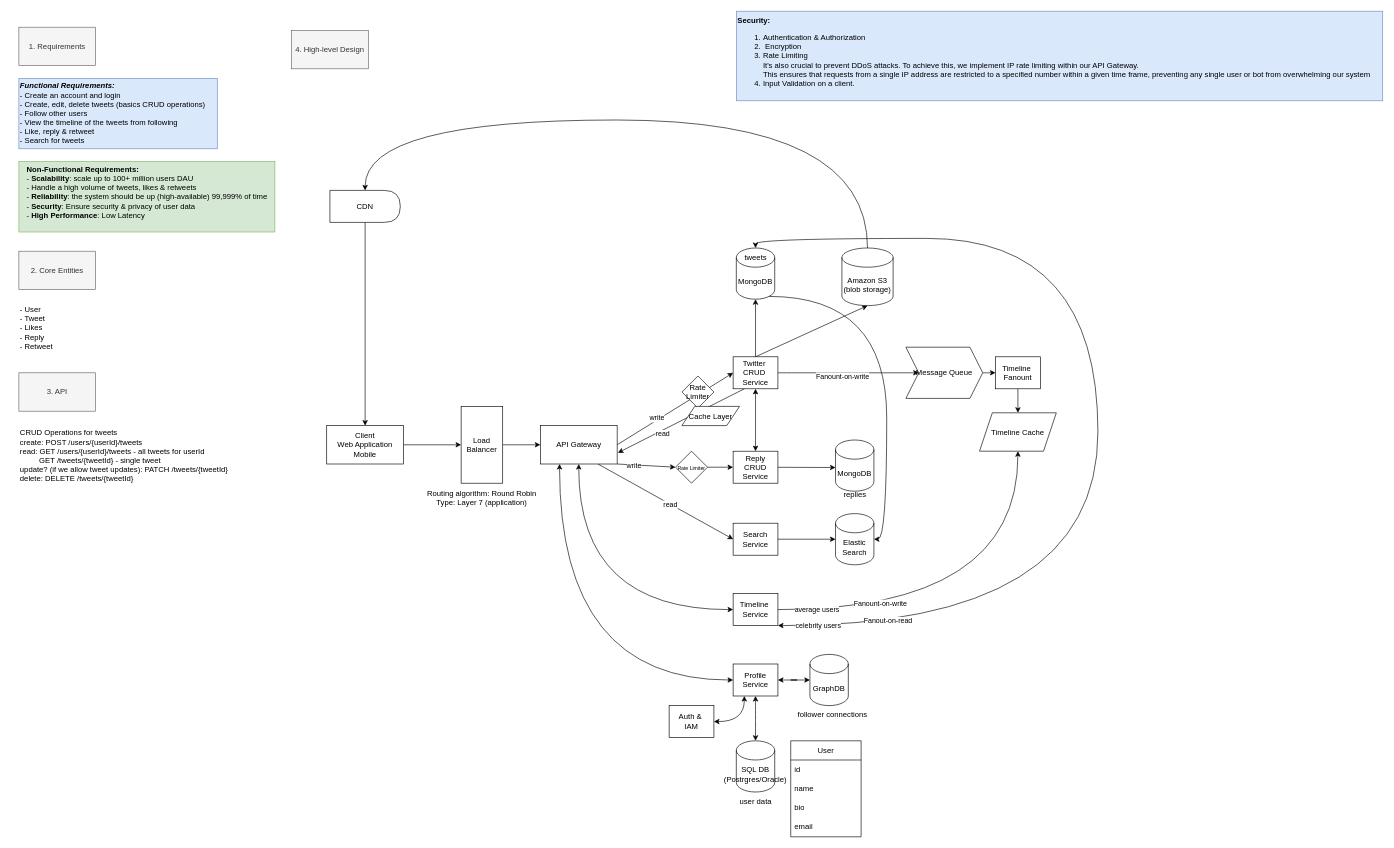
lacrimae/system_design_practice keeps this draw.io diagram as page "twitter" (5 of 8) of system_design.drawio. Above is the earlier version. Source tidied: cells renumbered, new cells numbered last; positions are measured from the earlier drawing's top-left corner, leaving out a move shared by most shapes. Both pictures are drawn from the tidied source at 64%, with x=0, y=0 at pixel (19, 11).
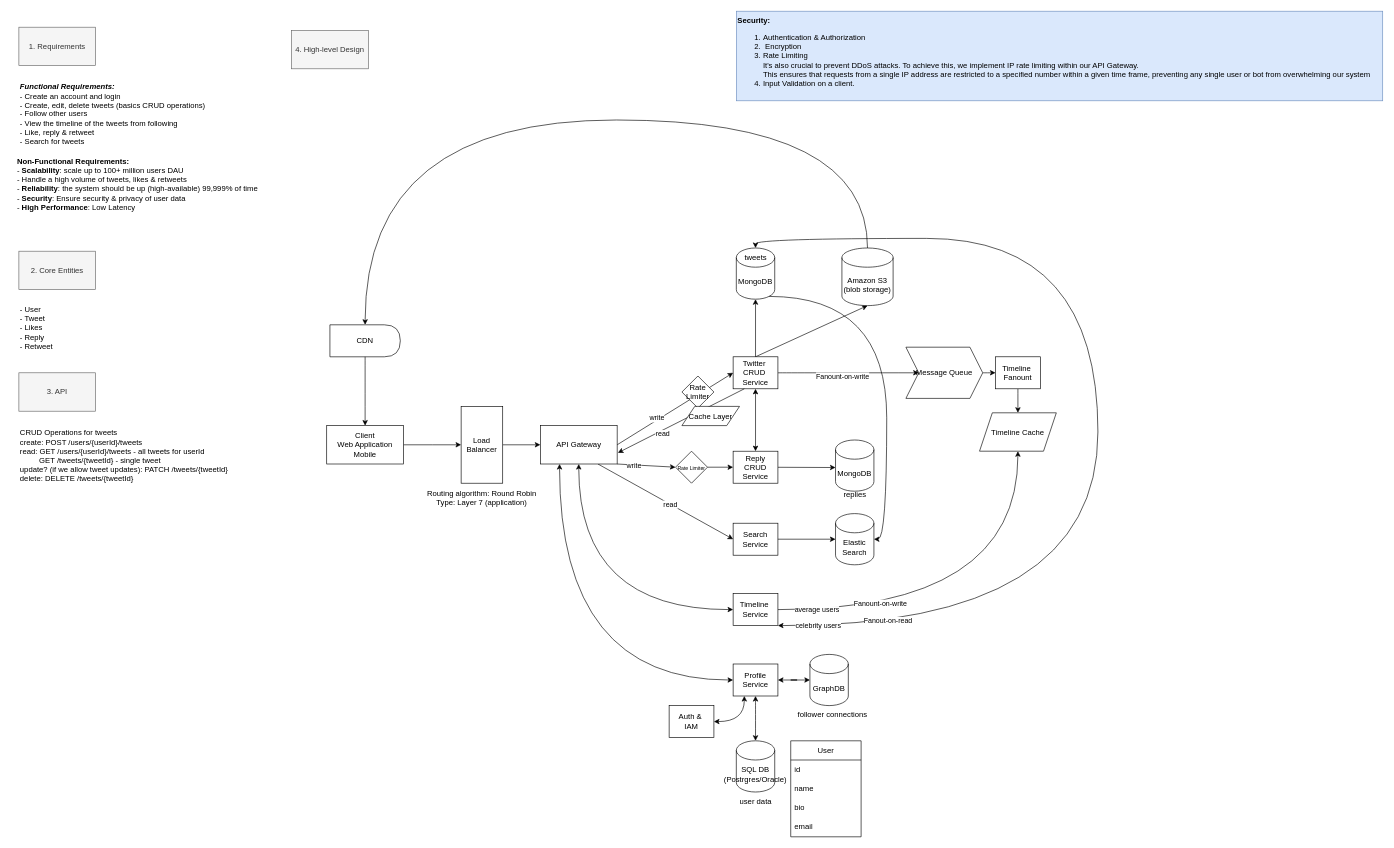
The same diagram, later.

The edit, as a diff of the source:
```diff
@@
-    <mxCell id="5" value="&lt;b&gt;&lt;i&gt;Functional Requirements:&lt;/i&gt;&lt;/b&gt;&lt;div&gt;- Create an account and login&lt;/div&gt;&lt;div&gt;- Create, edit, delete tweets (basics CRUD operations)&lt;/div&gt;&lt;div&gt;- Follow other users&lt;/div&gt;&lt;div&gt;- View the timeline of the tweets from following&amp;nbsp;&lt;/div&gt;&lt;div&gt;- Like, reply &amp;amp; retweet&lt;/div&gt;&lt;div&gt;- Search for tweets&lt;/div&gt;" style="text;html=1;align=left;verticalAlign=middle;strokeColor=#6c8ebf;fillColor=#dae8fc;" parent="1" vertex="1">
-      <mxGeometry y="105" width="310" height="110" as="geometry" />
+    <mxCell id="5" value="&lt;b&gt;&lt;i&gt;Functional Requirements:&lt;/i&gt;&lt;/b&gt;&lt;div&gt;- Create an account and login&lt;/div&gt;&lt;div&gt;- Create, edit, delete tweets (basics CRUD operations)&lt;/div&gt;&lt;div&gt;- Follow other users&lt;/div&gt;&lt;div&gt;- View the timeline of the tweets from following&amp;nbsp;&lt;/div&gt;&lt;div&gt;- Like, reply &amp;amp; retweet&lt;/div&gt;&lt;div&gt;- Search for tweets&lt;/div&gt;" style="text;html=1;align=left;verticalAlign=middle;" parent="1" vertex="1">
+      <mxGeometry y="104" width="307" height="113" as="geometry" />
     </mxCell>
-    <mxCell id="6" value="&lt;div style=&quot;text-align: left;&quot;&gt;&lt;b style=&quot;background-color: transparent; color: light-dark(rgb(0, 0, 0), rgb(255, 255, 255));&quot;&gt;Non-Functional Requirements:&lt;/b&gt;&lt;/div&gt;&lt;div style=&quot;text-align: left;&quot;&gt;- &lt;b&gt;Scalability&lt;/b&gt;: scale up to 100+ million users DAU&lt;/div&gt;&lt;div style=&quot;text-align: left;&quot;&gt;- Handle a high volume of tweets, likes &amp;amp; retweets&lt;/div&gt;&lt;div style=&quot;text-align: left;&quot;&gt;&lt;span style=&quot;background-color: transparent; color: light-dark(rgb(0, 0, 0), rgb(255, 255, 255));&quot;&gt;- &lt;/span&gt;&lt;b style=&quot;background-color: transparent; color: light-dark(rgb(0, 0, 0), rgb(255, 255, 255));&quot;&gt;Reliability&lt;/b&gt;&lt;span style=&quot;background-color: transparent; color: light-dark(rgb(0, 0, 0), rgb(255, 255, 255));&quot;&gt;: the system should be up (high-available) 99,999% of time&lt;/span&gt;&lt;/div&gt;&lt;div&gt;&lt;div style=&quot;text-align: left;&quot;&gt;- &lt;b&gt;Security&lt;/b&gt;: Ensure security &amp;amp; privacy of user data&lt;/div&gt;&lt;div&gt;&lt;div style=&quot;text-align: left;&quot;&gt;- &lt;b&gt;High Performance&lt;/b&gt;:&amp;nbsp;&lt;span style=&quot;background-color: transparent; color: light-dark(rgb(0, 0, 0), rgb(255, 255, 255));&quot;&gt;Low Latency&lt;/span&gt;&lt;/div&gt;&lt;div style=&quot;text-align: left;&quot;&gt;&lt;span style=&quot;background-color: transparent; color: light-dark(rgb(0, 0, 0), rgb(255, 255, 255));&quot;&gt;&lt;br&gt;&lt;/span&gt;&lt;/div&gt;&lt;/div&gt;&lt;/div&gt;" style="text;html=1;align=center;verticalAlign=middle;strokeColor=#82b366;fillColor=#d5e8d4;" parent="1" vertex="1">
-      <mxGeometry y="235" width="400" height="110" as="geometry" />
+    <mxCell id="6" value="&lt;div style=&quot;text-align: left;&quot;&gt;&lt;b style=&quot;background-color: transparent; color: light-dark(rgb(0, 0, 0), rgb(255, 255, 255));&quot;&gt;Non-Functional Requirements:&lt;/b&gt;&lt;/div&gt;&lt;div style=&quot;text-align: left;&quot;&gt;- &lt;b&gt;Scalability&lt;/b&gt;: scale up to 100+ million users DAU&lt;/div&gt;&lt;div style=&quot;text-align: left;&quot;&gt;- Handle a high volume of tweets, likes &amp;amp; retweets&lt;/div&gt;&lt;div style=&quot;text-align: left;&quot;&gt;&lt;span style=&quot;background-color: transparent; color: light-dark(rgb(0, 0, 0), rgb(255, 255, 255));&quot;&gt;- &lt;/span&gt;&lt;b style=&quot;background-color: transparent; color: light-dark(rgb(0, 0, 0), rgb(255, 255, 255));&quot;&gt;Reliability&lt;/b&gt;&lt;span style=&quot;background-color: transparent; color: light-dark(rgb(0, 0, 0), rgb(255, 255, 255));&quot;&gt;: the system should be up (high-available) 99,999% of time&lt;/span&gt;&lt;/div&gt;&lt;div&gt;&lt;div style=&quot;text-align: left;&quot;&gt;- &lt;b&gt;Security&lt;/b&gt;: Ensure security &amp;amp; privacy of user data&lt;/div&gt;&lt;div&gt;&lt;div style=&quot;text-align: left;&quot;&gt;- &lt;b&gt;High Performance&lt;/b&gt;:&amp;nbsp;&lt;span style=&quot;background-color: transparent; color: light-dark(rgb(0, 0, 0), rgb(255, 255, 255));&quot;&gt;Low Latency&lt;/span&gt;&lt;/div&gt;&lt;div style=&quot;text-align: left;&quot;&gt;&lt;span style=&quot;background-color: transparent; color: light-dark(rgb(0, 0, 0), rgb(255, 255, 255));&quot;&gt;&lt;br&gt;&lt;/span&gt;&lt;/div&gt;&lt;/div&gt;&lt;/div&gt;" style="text;html=1;align=center;verticalAlign=middle;" parent="1" vertex="1">
+      <mxGeometry x="-12" y="221" width="394" height="113" as="geometry" />
     </mxCell>
@@
     <mxCell id="27" value="CDN" style="shape=delay;whiteSpace=wrap;html=1;" parent="1" vertex="1">
-      <mxGeometry x="486" y="280" width="110" height="50" as="geometry" />
+      <mxGeometry x="486" y="490" width="110" height="50" as="geometry" />
     </mxCell>
```
